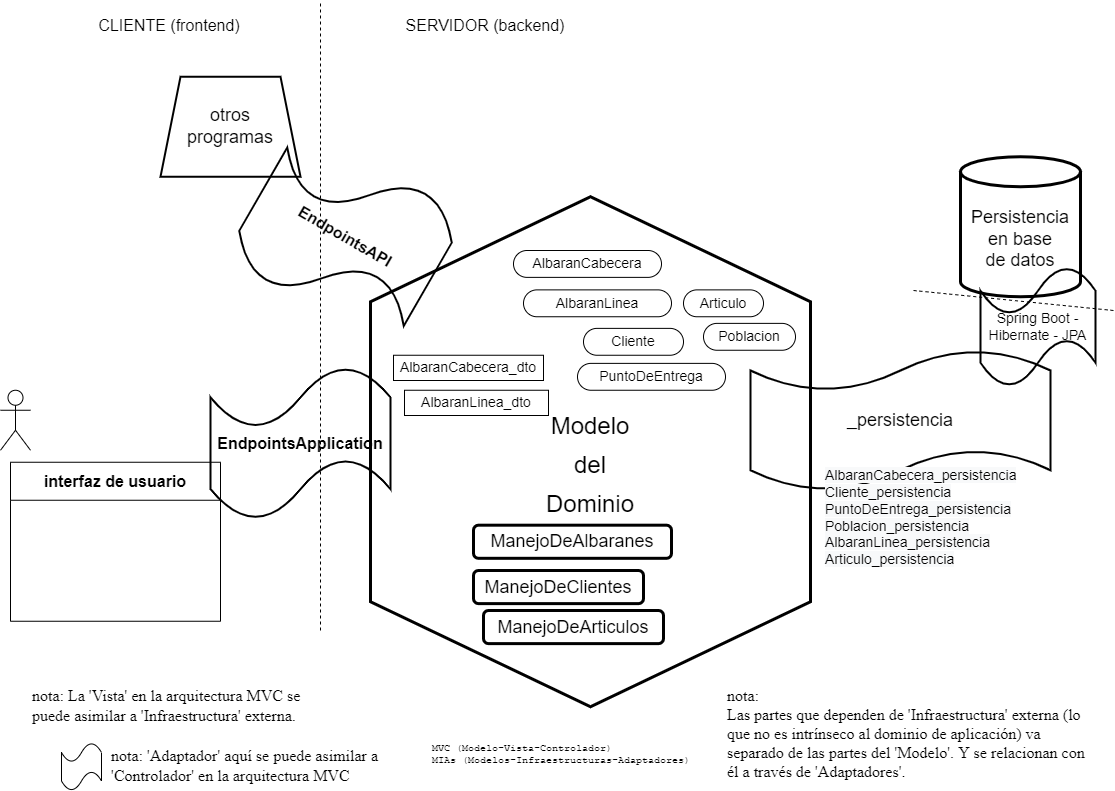
Before: documentacion/Esquema_general_de_la_arquitectura_interna.drawio.png, a diagram exported from draw.io (JuanMuruaOlalde/Albaranes). Source tidied: cells renumbered, new cells last; positions are measured from the earlier drawing's top-left corner, leaving out a move shared by most shapes.
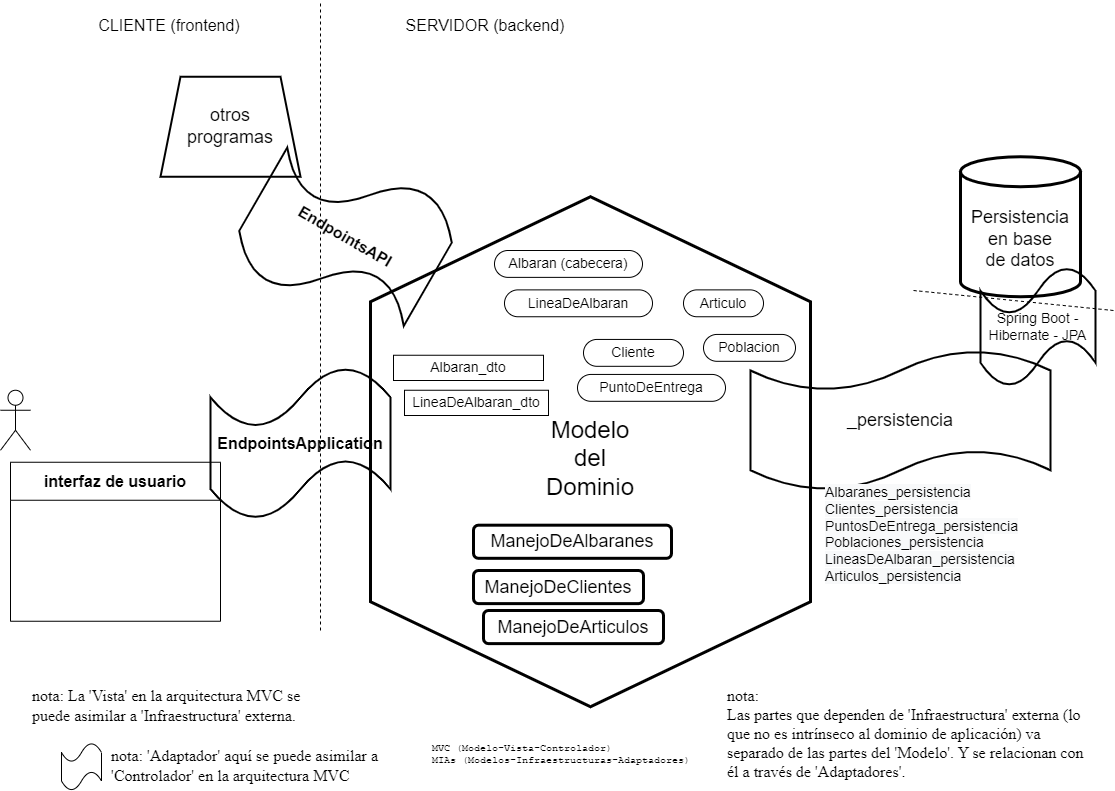
The same diagram one commit later.

The edit, as a diff of the source:
```diff
@@ -26,7 +26,7 @@
     <mxCell id="9" value="Spring Boot - Hibernate - JPA" style="shape=tape;whiteSpace=wrap;html=1;strokeWidth=2;fontSize=14;fillColor=none;" parent="1" vertex="1">
       <mxGeometry x="980" y="266.2" width="115" height="120" as="geometry" />
     </mxCell>
-    <mxCell id="10" value="&lt;div&gt;&lt;span&gt;AlbaranCabecera_dto&lt;/span&gt;&lt;/div&gt;" style="rounded=0;whiteSpace=wrap;html=1;strokeWidth=1;fontSize=14;fillColor=none;labelPosition=center;verticalLabelPosition=middle;align=center;verticalAlign=middle;" parent="1" vertex="1">
+    <mxCell id="10" value="&lt;div&gt;&lt;span&gt;Albaran_dto&lt;/span&gt;&lt;/div&gt;" style="rounded=0;whiteSpace=wrap;html=1;strokeWidth=1;fontSize=14;fillColor=none;labelPosition=center;verticalLabelPosition=middle;align=center;verticalAlign=middle;" parent="1" vertex="1">
       <mxGeometry x="393" y="354.8" width="150" height="25.2" as="geometry" />
     </mxCell>
     <mxCell id="11" value="_persistencia" style="shape=tape;whiteSpace=wrap;html=1;strokeWidth=2;fontSize=18;fillColor=none;size=0.2887700534759358;" parent="1" vertex="1">
@@ -68,7 +68,7 @@
     <mxCell id="21" value="MVC (Modelo-Vista-Controlador)&lt;br style=&quot;font-size: 10px;&quot;&gt;&lt;span style=&quot;text-align: center; font-size: 10px;&quot;&gt;MIAs (Modelos-Infraestructuras-Adaptadores)&lt;/span&gt;" style="text;html=1;strokeColor=none;fillColor=none;align=left;verticalAlign=middle;whiteSpace=wrap;rounded=0;strokeWidth=1;fontSize=10;fontFamily=Courier New;" parent="1" vertex="1">
       <mxGeometry x="430" y="740" width="323" height="27" as="geometry" />
     </mxCell>
-    <mxCell id="22" value="&#10;&#10;&lt;span style=&quot;color: rgb(0, 0, 0); font-family: helvetica; font-size: 14px; font-style: normal; font-weight: 400; letter-spacing: normal; text-indent: 0px; text-transform: none; word-spacing: 0px; background-color: rgb(248, 249, 250); display: inline; float: none;&quot;&gt;AlbaranCabecera_persistencia&lt;/span&gt;&lt;br style=&quot;color: rgb(0, 0, 0); font-family: helvetica; font-size: 14px; font-style: normal; font-weight: 400; letter-spacing: normal; text-indent: 0px; text-transform: none; word-spacing: 0px; background-color: rgb(248, 249, 250);&quot;&gt;&lt;span style=&quot;color: rgb(0, 0, 0); font-family: helvetica; font-size: 14px; font-style: normal; font-weight: 400; letter-spacing: normal; text-indent: 0px; text-transform: none; word-spacing: 0px; background-color: rgb(248, 249, 250); display: inline; float: none;&quot;&gt;Cliente_persistencia&lt;/span&gt;&lt;br style=&quot;color: rgb(0, 0, 0); font-family: helvetica; font-size: 14px; font-style: normal; font-weight: 400; letter-spacing: normal; text-indent: 0px; text-transform: none; word-spacing: 0px; background-color: rgb(248, 249, 250);&quot;&gt;&lt;span style=&quot;color: rgb(0, 0, 0); font-family: helvetica; font-size: 14px; font-style: normal; font-weight: 400; letter-spacing: normal; text-indent: 0px; text-transform: none; word-spacing: 0px; background-color: rgb(248, 249, 250); display: inline; float: none;&quot;&gt;PuntoDeEntrega_persistencia&lt;/span&gt;&lt;br style=&quot;color: rgb(0, 0, 0); font-family: helvetica; font-size: 14px; font-style: normal; font-weight: 400; letter-spacing: normal; text-indent: 0px; text-transform: none; word-spacing: 0px; background-color: rgb(248, 249, 250);&quot;&gt;&lt;span style=&quot;color: rgb(0, 0, 0); font-family: helvetica; font-size: 14px; font-style: normal; font-weight: 400; letter-spacing: normal; text-indent: 0px; text-transform: none; word-spacing: 0px; background-color: rgb(248, 249, 250); display: inline; float: none;&quot;&gt;Poblacion_persistencia&lt;/span&gt;&lt;br style=&quot;color: rgb(0, 0, 0); font-family: helvetica; font-size: 14px; font-style: normal; font-weight: 400; letter-spacing: normal; text-indent: 0px; text-transform: none; word-spacing: 0px; background-color: rgb(248, 249, 250);&quot;&gt;&lt;span style=&quot;color: rgb(0, 0, 0); font-family: helvetica; font-size: 14px; font-style: normal; font-weight: 400; letter-spacing: normal; text-indent: 0px; text-transform: none; word-spacing: 0px; background-color: rgb(248, 249, 250); display: inline; float: none;&quot;&gt;AlbaranLinea_persistencia&lt;/span&gt;&lt;br style=&quot;color: rgb(0, 0, 0); font-family: helvetica; font-size: 14px; font-style: normal; font-weight: 400; letter-spacing: normal; text-indent: 0px; text-transform: none; word-spacing: 0px; background-color: rgb(248, 249, 250);&quot;&gt;&lt;span style=&quot;color: rgb(0, 0, 0); font-family: helvetica; font-size: 14px; font-style: normal; font-weight: 400; letter-spacing: normal; text-indent: 0px; text-transform: none; word-spacing: 0px; background-color: rgb(248, 249, 250); display: inline; float: none;&quot;&gt;Articulo_persistencia&lt;/span&gt;&#10;&#10;" style="text;html=1;strokeColor=none;fillColor=none;align=left;verticalAlign=middle;whiteSpace=wrap;rounded=0;fontSize=14;" parent="1" vertex="1">
+    <mxCell id="22" value="&lt;br&gt;&lt;br&gt;&lt;span style=&quot;color: rgb(0, 0, 0); font-family: helvetica; font-size: 14px; font-style: normal; font-weight: 400; letter-spacing: normal; text-indent: 0px; text-transform: none; word-spacing: 0px; background-color: rgb(248, 249, 250); display: inline; float: none;&quot;&gt;Albaranes_persistencia&lt;/span&gt;&lt;br style=&quot;color: rgb(0, 0, 0); font-family: helvetica; font-size: 14px; font-style: normal; font-weight: 400; letter-spacing: normal; text-indent: 0px; text-transform: none; word-spacing: 0px; background-color: rgb(248, 249, 250);&quot;&gt;&lt;span style=&quot;color: rgb(0, 0, 0); font-family: helvetica; font-size: 14px; font-style: normal; font-weight: 400; letter-spacing: normal; text-indent: 0px; text-transform: none; word-spacing: 0px; background-color: rgb(248, 249, 250); display: inline; float: none;&quot;&gt;Clientes_persistencia&lt;/span&gt;&lt;br style=&quot;color: rgb(0, 0, 0); font-family: helvetica; font-size: 14px; font-style: normal; font-weight: 400; letter-spacing: normal; text-indent: 0px; text-transform: none; word-spacing: 0px; background-color: rgb(248, 249, 250);&quot;&gt;&lt;span style=&quot;color: rgb(0, 0, 0); font-family: helvetica; font-size: 14px; font-style: normal; font-weight: 400; letter-spacing: normal; text-indent: 0px; text-transform: none; word-spacing: 0px; background-color: rgb(248, 249, 250); display: inline; float: none;&quot;&gt;PuntosDeEntrega_persistencia&lt;/span&gt;&lt;br style=&quot;color: rgb(0, 0, 0); font-family: helvetica; font-size: 14px; font-style: normal; font-weight: 400; letter-spacing: normal; text-indent: 0px; text-transform: none; word-spacing: 0px; background-color: rgb(248, 249, 250);&quot;&gt;&lt;span style=&quot;color: rgb(0, 0, 0); font-family: helvetica; font-size: 14px; font-style: normal; font-weight: 400; letter-spacing: normal; text-indent: 0px; text-transform: none; word-spacing: 0px; background-color: rgb(248, 249, 250); display: inline; float: none;&quot;&gt;Poblaciones_persistencia&lt;/span&gt;&lt;br style=&quot;color: rgb(0, 0, 0); font-family: helvetica; font-size: 14px; font-style: normal; font-weight: 400; letter-spacing: normal; text-indent: 0px; text-transform: none; word-spacing: 0px; background-color: rgb(248, 249, 250);&quot;&gt;&lt;span style=&quot;color: rgb(0, 0, 0); font-family: helvetica; font-size: 14px; font-style: normal; font-weight: 400; letter-spacing: normal; text-indent: 0px; text-transform: none; word-spacing: 0px; background-color: rgb(248, 249, 250); display: inline; float: none;&quot;&gt;LineasDeAlbaran_persistencia&lt;/span&gt;&lt;br style=&quot;color: rgb(0, 0, 0); font-family: helvetica; font-size: 14px; font-style: normal; font-weight: 400; letter-spacing: normal; text-indent: 0px; text-transform: none; word-spacing: 0px; background-color: rgb(248, 249, 250);&quot;&gt;&lt;span style=&quot;color: rgb(0, 0, 0); font-family: helvetica; font-size: 14px; font-style: normal; font-weight: 400; letter-spacing: normal; text-indent: 0px; text-transform: none; word-spacing: 0px; background-color: rgb(248, 249, 250); display: inline; float: none;&quot;&gt;Articulos_persistencia&lt;/span&gt;&lt;br&gt;" style="text;html=1;strokeColor=none;fillColor=none;align=left;verticalAlign=middle;whiteSpace=wrap;rounded=0;fontSize=14;" parent="1" vertex="1">
       <mxGeometry x="823" y="461.8" width="208" height="110" as="geometry" />
     </mxCell>
     <mxCell id="23" value="ManejoDeClientes" style="rounded=1;whiteSpace=wrap;html=1;strokeWidth=3;fontSize=18;fillColor=none;" parent="1" vertex="1">
@@ -77,25 +77,25 @@
     <mxCell id="24" value="ManejoDeArticulos" style="rounded=1;whiteSpace=wrap;html=1;strokeWidth=3;fontSize=18;fillColor=none;" parent="1" vertex="1">
       <mxGeometry x="483" y="610" width="180" height="33.1" as="geometry" />
     </mxCell>
-    <mxCell id="25" value="AlbaranCabecera" style="rounded=1;whiteSpace=wrap;html=1;strokeWidth=1;fontSize=14;fillColor=none;arcSize=50;align=center;" parent="1" vertex="1">
-      <mxGeometry x="513" y="250" width="148" height="26.9" as="geometry" />
+    <mxCell id="25" value="Albaran (cabecera)" style="rounded=1;whiteSpace=wrap;html=1;strokeWidth=1;fontSize=14;fillColor=none;arcSize=50;align=center;" parent="1" vertex="1">
+      <mxGeometry x="494" y="250" width="148" height="26.9" as="geometry" />
     </mxCell>
-    <mxCell id="26" value="AlbaranLinea" style="rounded=1;whiteSpace=wrap;html=1;strokeWidth=1;fontSize=14;fillColor=none;arcSize=50;align=center;" parent="1" vertex="1">
-      <mxGeometry x="523" y="289.4" width="148" height="26.9" as="geometry" />
+    <mxCell id="26" value="LineaDeAlbaran" style="rounded=1;whiteSpace=wrap;html=1;strokeWidth=1;fontSize=14;fillColor=none;arcSize=50;align=center;" parent="1" vertex="1">
+      <mxGeometry x="504" y="289.4" width="148" height="26.9" as="geometry" />
     </mxCell>
     <mxCell id="27" value="Cliente" style="rounded=1;whiteSpace=wrap;html=1;strokeWidth=1;fontSize=14;fillColor=none;arcSize=50;align=center;" parent="1" vertex="1">
-      <mxGeometry x="583" y="327.9" width="100" height="26.9" as="geometry" />
+      <mxGeometry x="583" y="338.9" width="100" height="26.9" as="geometry" />
     </mxCell>
     <mxCell id="28" value="PuntoDeEntrega&lt;span style=&quot;color: rgba(0 , 0 , 0 , 0) ; font-family: monospace ; font-size: 0px&quot;&gt;%3CmxGraphModel%3E%3Croot%3E%3CmxCell%20id%3D%220%22%2F%3E%3CmxCell%20id%3D%221%22%20parent%3D%220%22%2F%3E%3CmxCell%20id%3D%222%22%20value%3D%22AlbaranCabecera%22%20style%3D%22rounded%3D1%3BwhiteSpace%3Dwrap%3Bhtml%3D1%3BstrokeWidth%3D1%3BfontSize%3D14%3BfillColor%3Dnone%3BarcSize%3D50%3Balign%3Dcenter%3B%22%20vertex%3D%221%22%20parent%3D%221%22%3E%3CmxGeometry%20x%3D%22585%22%20y%3D%22260%22%20width%3D%22148%22%20height%3D%2226.87%22%20as%3D%22geometry%22%2F%3E%3C%2FmxCell%3E%3C%2Froot%3E%3C%2FmxGraphModel%3E&lt;/span&gt;" style="rounded=1;whiteSpace=wrap;html=1;strokeWidth=1;fontSize=14;fillColor=none;arcSize=50;align=center;" parent="1" vertex="1">
-      <mxGeometry x="577" y="362.9" width="148" height="26.9" as="geometry" />
+      <mxGeometry x="577" y="373.9" width="148" height="26.9" as="geometry" />
     </mxCell>
     <mxCell id="29" value="Poblacion" style="rounded=1;whiteSpace=wrap;html=1;strokeWidth=1;fontSize=14;fillColor=none;arcSize=50;align=center;" parent="1" vertex="1">
-      <mxGeometry x="703" y="322.9" width="92" height="26.9" as="geometry" />
+      <mxGeometry x="703" y="333.9" width="92" height="26.9" as="geometry" />
     </mxCell>
     <mxCell id="30" value="Articulo" style="rounded=1;whiteSpace=wrap;html=1;strokeWidth=1;fontSize=14;fillColor=none;arcSize=50;align=center;" parent="1" vertex="1">
       <mxGeometry x="683" y="289.4" width="80" height="26.9" as="geometry" />
     </mxCell>
-    <mxCell id="31" value="&lt;div&gt;&lt;span&gt;AlbaranLinea_dto&lt;/span&gt;&lt;/div&gt;" style="rounded=0;whiteSpace=wrap;html=1;strokeWidth=1;fontSize=14;fillColor=none;labelPosition=center;verticalLabelPosition=middle;align=center;verticalAlign=middle;" parent="1" vertex="1">
+    <mxCell id="31" value="&lt;div&gt;&lt;span&gt;LineaDeAlbaran_dto&lt;/span&gt;&lt;/div&gt;" style="rounded=0;whiteSpace=wrap;html=1;strokeWidth=1;fontSize=14;fillColor=none;labelPosition=center;verticalLabelPosition=middle;align=center;verticalAlign=middle;" parent="1" vertex="1">
       <mxGeometry x="404" y="389.8" width="144" height="25.2" as="geometry" />
     </mxCell>
   </root>
```
